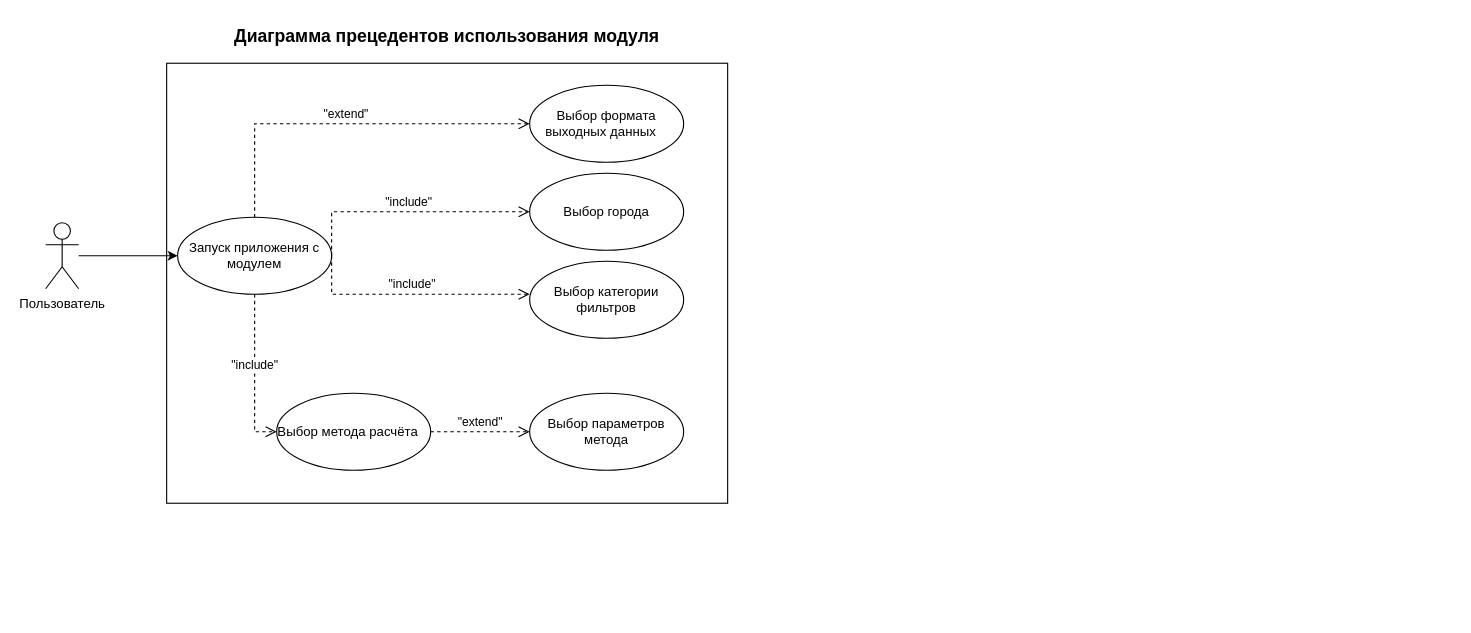
KirMaid/OsmApiClient keeps this draw.io diagram as Диаграмма прецедентов.drawio. Above is the earlier version. Source tidied: cells renumbered, new cells numbered last; positions are measured from the earlier drawing's top-left corner, leaving out a move shared by most shapes. Both pictures are drawn from the tidied source at 110%, with x=0, y=0 at pixel (45, 19).
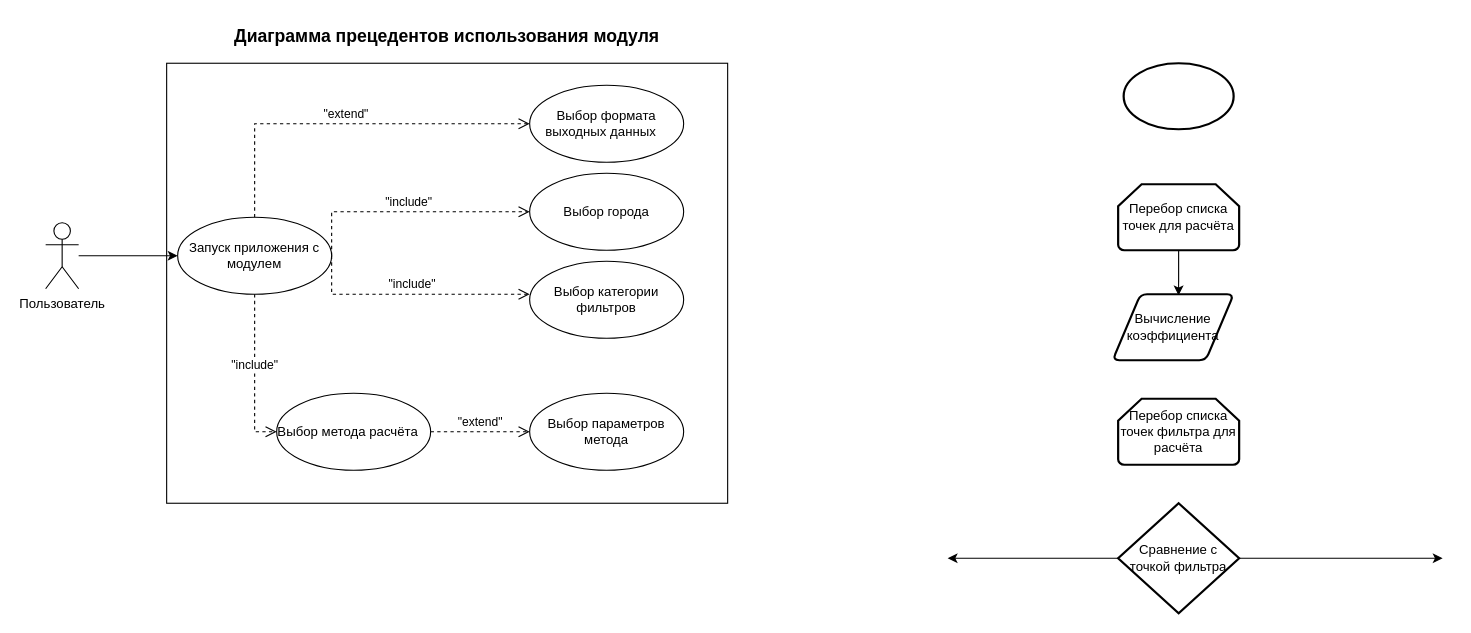
The same diagram, later.

Diff of the diagram source:
```diff
@@
+    <mxCell id="17" style="strokeWidth=2;html=1;shape=mxgraph.flowchart.start_1;whiteSpace=wrap;" parent="1" vertex="1">
+      <mxGeometry x="980" y="40" width="100" height="60" as="geometry" />
+    </mxCell>
+    <mxCell id="18" style="edgeStyle=orthogonalEdgeStyle;rounded=0;jettySize=auto;html=1;exitX=0.5;exitY=1;exitDx=0;exitDy=0;exitPerimeter=0;entryX=0.545;entryY=0.017;entryDx=0;entryDy=0;entryPerimeter=0;" parent="1" edge="1" source="19" target="20">
+      <mxGeometry relative="1" as="geometry" />
+    </mxCell>
+    <mxCell id="19" value="Перебор списка точек для расчёта" style="strokeWidth=2;html=1;shape=mxgraph.flowchart.loop_limit;whiteSpace=wrap;" parent="1" vertex="1">
+      <mxGeometry x="975" y="150" width="110" height="60" as="geometry" />
+    </mxCell>
+    <mxCell id="20" value="Вычисление коэффициента" style="shape=parallelogram;html=1;strokeWidth=2;perimeter=parallelogramPerimeter;whiteSpace=wrap;rounded=1;arcSize=12;size=0.23;" parent="1" vertex="1">
+      <mxGeometry x="970" y="250" width="110" height="60" as="geometry" />
+    </mxCell>
+    <mxCell id="21" value="Перебор списка точек фильтра для расчёта" style="strokeWidth=2;html=1;shape=mxgraph.flowchart.loop_limit;whiteSpace=wrap;" parent="1" vertex="1">
+      <mxGeometry x="975" y="345" width="110" height="60" as="geometry" />
+    </mxCell>
+    <mxCell id="22" style="edgeStyle=orthogonalEdgeStyle;rounded=0;jettySize=auto;html=1;exitX=0;exitY=0.5;exitDx=0;exitDy=0;exitPerimeter=0;" parent="1" edge="1" source="24">
+      <mxGeometry relative="1" as="geometry">
+        <mxPoint x="820" y="490" as="targetPoint" />
+      </mxGeometry>
+    </mxCell>
+    <mxCell id="23" style="edgeStyle=orthogonalEdgeStyle;rounded=0;jettySize=auto;html=1;exitX=1;exitY=0.5;exitDx=0;exitDy=0;exitPerimeter=0;" parent="1" edge="1" source="24">
+      <mxGeometry relative="1" as="geometry">
+        <mxPoint x="1270" y="490" as="targetPoint" />
+      </mxGeometry>
+    </mxCell>
+    <mxCell id="24" value="Сравнение с точкой фильтра" style="strokeWidth=2;html=1;shape=mxgraph.flowchart.decision;whiteSpace=wrap;" parent="1" vertex="1">
+      <mxGeometry x="975" y="440" width="110" height="100" as="geometry" />
+    </mxCell>
```
